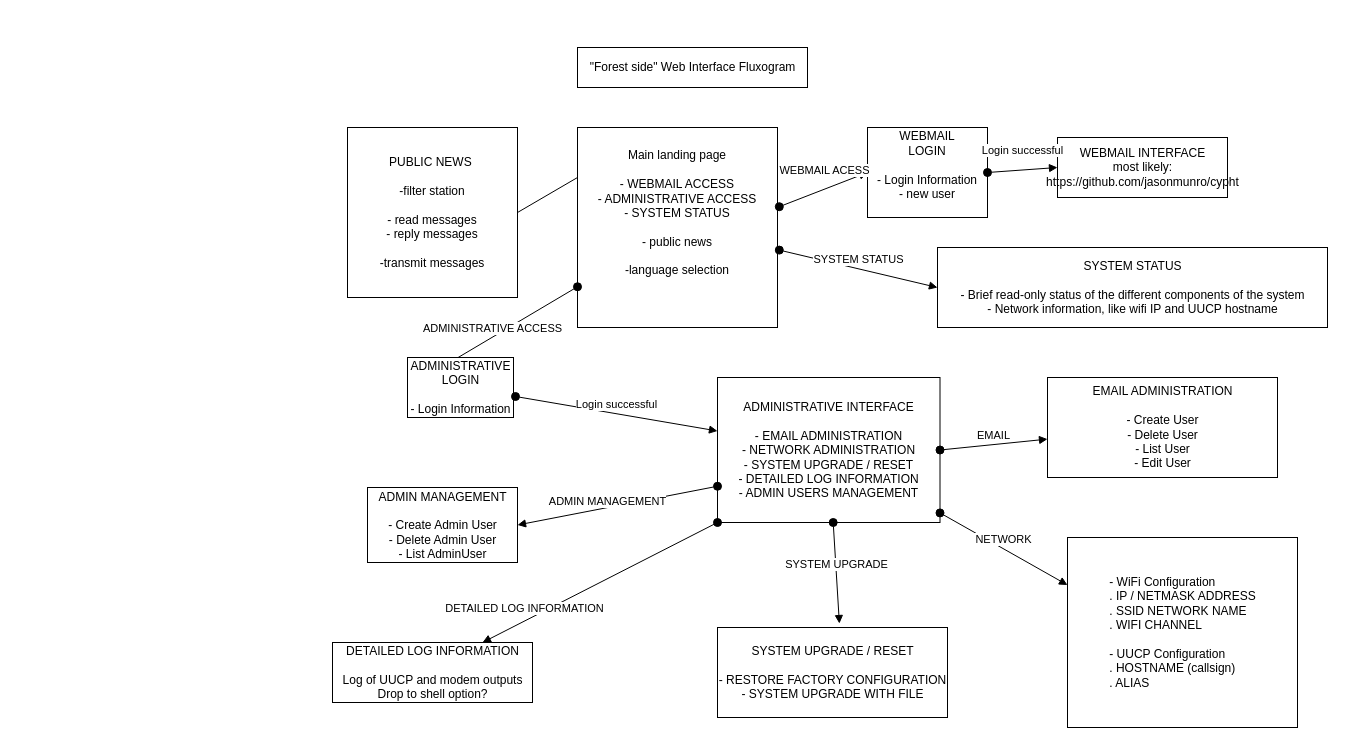
The draw.io diagram interface_fluxogram.drawio in DigitalHERMES/interface, before the edit. Source tidied: cells renumbered, new cells numbered last; positions are measured from the earlier drawing's top-left corner, leaving out a move shared by most shapes. Both pictures are drawn from the tidied source at 100%, with x=0, y=0 at pixel (332, 47).
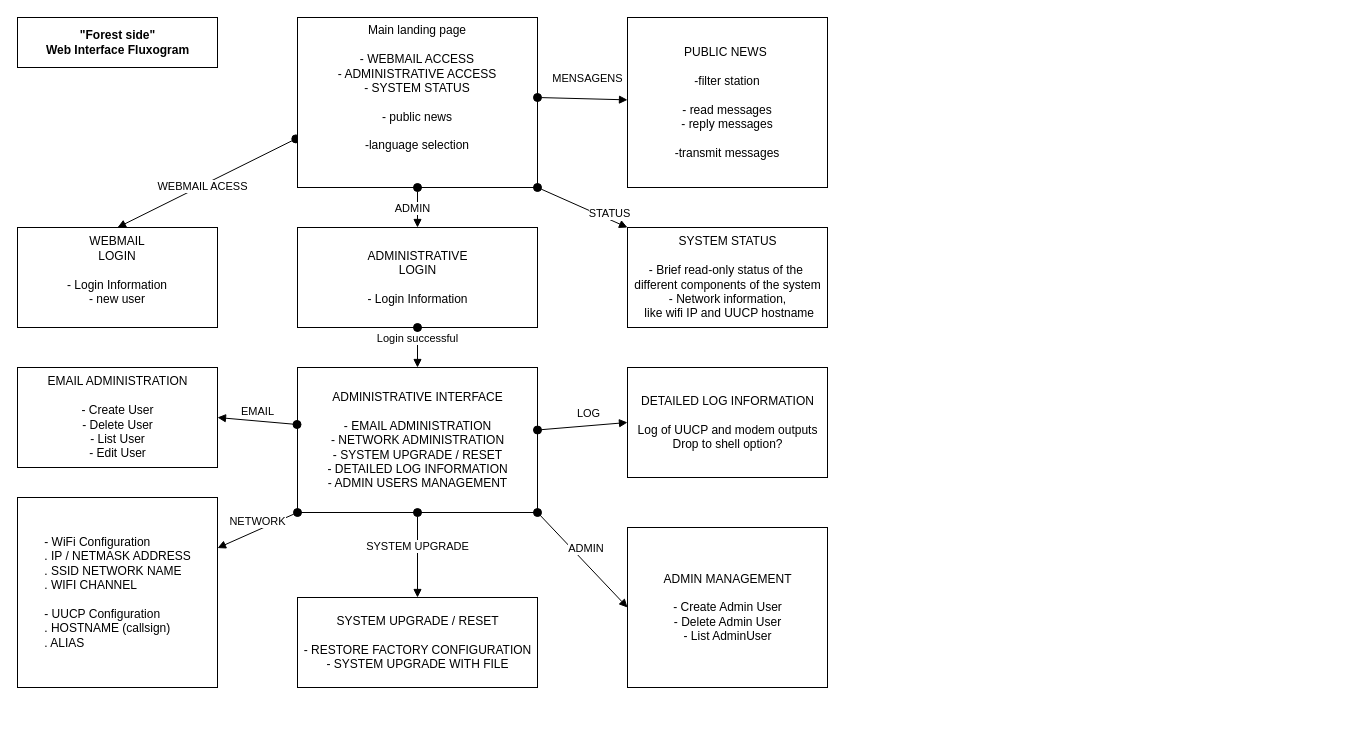
Above is the later version.

Change to the diagram source:
```diff
@@
-    <mxCell id="2" value="&lt;div&gt;Main landing page&lt;/div&gt;&lt;div&gt;&lt;br&gt;&lt;/div&gt;&lt;div&gt;- WEBMAIL ACCESS&lt;/div&gt;&lt;div&gt;- ADMINISTRATIVE ACCESS&lt;/div&gt;&lt;div&gt;- SYSTEM STATUS&lt;br&gt;&lt;/div&gt;&lt;div&gt;&lt;br&gt;&lt;/div&gt;&lt;div&gt;- public news&lt;/div&gt;&lt;div&gt;&lt;br&gt;&lt;/div&gt;&lt;div&gt;-language selection&lt;/div&gt;&lt;div&gt;&lt;br&gt;&lt;/div&gt;&lt;div&gt;&lt;br&gt;&lt;/div&gt;" style="whiteSpace=wrap;html=1;" parent="1" vertex="1">
-      <mxGeometry x="245" y="80" width="200" height="200" as="geometry" />
-    </mxCell>
     <mxCell id="3" value="&lt;div&gt;WEBMAIL&lt;/div&gt;&lt;div&gt;LOGIN&lt;br&gt;&lt;/div&gt;&lt;div&gt;&lt;br&gt;&lt;/div&gt;&lt;div&gt;- Login Information&lt;/div&gt;&lt;div&gt;&lt;div&gt;- new user&lt;/div&gt;&lt;div&gt;&lt;br&gt;&lt;/div&gt;&lt;/div&gt;" style="rounded=0;whiteSpace=wrap;html=1;" parent="1" vertex="1">
-      <mxGeometry x="535" y="80" width="120" height="90" as="geometry" />
+      <mxGeometry x="-315" y="180" width="200" height="100" as="geometry" />
     </mxCell>
-    <mxCell id="4" value="&lt;div&gt;WEBMAIL ACESS&lt;/div&gt;" style="html=1;verticalAlign=bottom;startArrow=oval;startFill=1;endArrow=block;startSize=8;exitX=1.009;exitY=0.396;exitDx=0;exitDy=0;exitPerimeter=0;entryX=0;entryY=0.5;entryDx=0;entryDy=0;" parent="1" edge="1" source="2" target="3">
+    <mxCell id="4" value="&lt;div&gt;WEBMAIL ACESS&lt;/div&gt;" style="html=1;verticalAlign=bottom;startArrow=oval;startFill=1;endArrow=block;startSize=8;exitX=-0.007;exitY=0.714;exitDx=0;exitDy=0;entryX=0.5;entryY=0;entryDx=0;entryDy=0;exitPerimeter=0;" parent="1" edge="1" source="2" target="3">
       <mxGeometry x="0.09" y="9" relative="1" as="geometry" />
     </mxCell>
-    <mxCell id="5" value="&lt;div&gt;SYSTEM STATUS&lt;/div&gt;&lt;div&gt;&lt;br&gt;&lt;/div&gt;&lt;div&gt;- Brief read-only status of the different components of the system&lt;/div&gt;&lt;div&gt;- Network information, like wifi IP and UUCP hostname&lt;br&gt;&lt;/div&gt;" style="html=1;" parent="1" vertex="1">
-      <mxGeometry x="605" y="200" width="390" height="80" as="geometry" />
+    <mxCell id="5" value="&lt;div&gt;SYSTEM STATUS&lt;/div&gt;&lt;div&gt;&lt;br&gt;&lt;/div&gt;&lt;div&gt;- Brief read-only status of the&amp;nbsp;&lt;/div&gt;&lt;div&gt;different components of the system&lt;/div&gt;&lt;div&gt;- Network information,&lt;/div&gt;&lt;div&gt;&amp;nbsp;like wifi IP and UUCP hostname&lt;br&gt;&lt;/div&gt;" style="html=1;" parent="1" vertex="1">
+      <mxGeometry x="295" y="180" width="200" height="100" as="geometry" />
     </mxCell>
-    <mxCell id="6" value="SYSTEM STATUS" style="html=1;verticalAlign=bottom;startArrow=oval;startFill=1;endArrow=block;startSize=8;exitX=1.009;exitY=0.613;exitDx=0;exitDy=0;exitPerimeter=0;entryX=0;entryY=0.5;entryDx=0;entryDy=0;" parent="1" edge="1" source="2" target="5">
-      <mxGeometry relative="1" as="geometry" />
-    </mxCell>
-    <mxCell id="7" value="&lt;div&gt;WEBMAIL INTERFACE&lt;br&gt;&lt;/div&gt;&lt;div&gt;most likely:&lt;/div&gt;&lt;div&gt; https://github.com/jasonmunro/cypht&lt;br&gt;&lt;/div&gt;" style="html=1;" parent="1" vertex="1">
-      <mxGeometry x="725" y="90" width="170" height="60" as="geometry" />
-    </mxCell>
-    <mxCell id="8" value="&lt;div&gt;ADMINISTRATIVE ACCESS&lt;/div&gt;" style="html=1;verticalAlign=bottom;startArrow=oval;startFill=1;endArrow=block;startSize=8;entryX=0;entryY=0.5;entryDx=0;entryDy=0;" parent="1" edge="1" source="2" target="11">
-      <mxGeometry relative="1" as="geometry" />
-    </mxCell>
-    <mxCell id="9" value="&lt;div&gt;Login successful&lt;/div&gt;" style="html=1;verticalAlign=bottom;startArrow=oval;startFill=1;endArrow=block;startSize=8;entryX=0;entryY=0.5;entryDx=0;entryDy=0;exitX=1;exitY=0.5;exitDx=0;exitDy=0;" parent="1" edge="1" source="3" target="7">
-      <mxGeometry x="0.03" y="10" relative="1" as="geometry" />
-    </mxCell>
     <mxCell id="10" value="&lt;div&gt;ADMINISTRATIVE INTERFACE&lt;/div&gt;&lt;div&gt;&lt;br&gt;&lt;/div&gt;&lt;div&gt;- EMAIL ADMINISTRATION&lt;/div&gt;&lt;div&gt;- NETWORK ADMINISTRATION&lt;/div&gt;&lt;div&gt;- SYSTEM UPGRADE / RESET&lt;br&gt;&lt;/div&gt;&lt;div&gt;- DETAILED LOG INFORMATION&lt;/div&gt;&lt;div&gt;- ADMIN USERS MANAGEMENT&lt;br&gt;&lt;/div&gt;" style="html=1;" parent="1" vertex="1">
-      <mxGeometry x="385" y="330" width="222.5" height="145" as="geometry" />
+      <mxGeometry x="-35" y="320" width="240" height="145" as="geometry" />
     </mxCell>
     <mxCell id="11" value="&lt;div&gt;ADMINISTRATIVE&lt;/div&gt;&lt;div&gt;LOGIN&lt;/div&gt;&lt;div&gt;&lt;br&gt;&lt;/div&gt;&lt;div&gt;- Login Information&lt;br&gt;&lt;/div&gt;" style="html=1;" parent="1" vertex="1">
-      <mxGeometry x="75" y="310" width="106" height="60" as="geometry" />
+      <mxGeometry x="-35" y="180" width="240" height="100" as="geometry" />
     </mxCell>
-    <mxCell id="12" value="&lt;div&gt;Login successful&lt;/div&gt;" style="html=1;verticalAlign=bottom;startArrow=oval;startFill=1;endArrow=block;startSize=8;exitX=1.019;exitY=0.65;exitDx=0;exitDy=0;exitPerimeter=0;" parent="1" edge="1" source="11" target="10">
+    <mxCell id="12" value="&lt;div&gt;Login successful&lt;/div&gt;" style="html=1;verticalAlign=bottom;startArrow=oval;startFill=1;endArrow=block;startSize=8;exitX=0.5;exitY=1;exitDx=0;exitDy=0;" parent="1" edge="1" source="11" target="10">
       <mxGeometry relative="1" as="geometry" />
     </mxCell>
-    <mxCell id="13" value="&quot;Forest side&quot; Web Interface Fluxogram" style="html=1;" parent="1" vertex="1">
-      <mxGeometry x="245" width="230" height="40" as="geometry" />
+    <mxCell id="13" value="&lt;b&gt;&quot;Forest side&quot; &lt;br&gt;Web Interface Fluxogram&lt;/b&gt;" style="html=1;" parent="1" vertex="1">
+      <mxGeometry x="-315" y="-30" width="200" height="50" as="geometry" />
     </mxCell>
-    <mxCell id="14" value="&lt;div&gt;EMAIL&lt;/div&gt;" style="html=1;verticalAlign=bottom;startArrow=oval;startFill=1;endArrow=block;startSize=8;exitX=1;exitY=0.5;exitDx=0;exitDy=0;" parent="1" edge="1" source="10" target="15">
+    <mxCell id="14" value="&lt;div&gt;EMAIL&lt;/div&gt;" style="html=1;verticalAlign=bottom;startArrow=oval;startFill=1;endArrow=block;startSize=8;exitX=-0.002;exitY=0.393;exitDx=0;exitDy=0;entryX=1;entryY=0.5;entryDx=0;entryDy=0;exitPerimeter=0;" parent="1" edge="1" source="10" target="15">
       <mxGeometry relative="1" as="geometry" />
     </mxCell>
     <mxCell id="15" value="&lt;div&gt;EMAIL ADMINISTRATION&lt;/div&gt;&lt;div&gt;&lt;br&gt;&lt;/div&gt;&lt;div&gt;- Create User&lt;/div&gt;&lt;div&gt;- Delete User&lt;/div&gt;&lt;div&gt;- List User&lt;/div&gt;&lt;div&gt;- Edit User&lt;/div&gt;" style="html=1;" parent="1" vertex="1">
-      <mxGeometry x="715" y="330" width="230" height="100" as="geometry" />
+      <mxGeometry x="-315" y="320" width="200" height="100" as="geometry" />
     </mxCell>
     <mxCell id="16" value="&lt;div align=&quot;left&quot;&gt;- WiFi Configuration&lt;/div&gt;&lt;div align=&quot;left&quot;&gt;. IP / NETMASK ADDRESS&lt;/div&gt;&lt;div align=&quot;left&quot;&gt;. SSID NETWORK NAME&lt;/div&gt;&lt;div align=&quot;left&quot;&gt;. WIFI CHANNEL&lt;/div&gt;&lt;div align=&quot;left&quot;&gt;&lt;br&gt;&lt;/div&gt;&lt;div align=&quot;left&quot;&gt;- UUCP Configuration&lt;/div&gt;&lt;div align=&quot;left&quot;&gt;. HOSTNAME (callsign)&lt;br&gt;&lt;/div&gt;&lt;div align=&quot;left&quot;&gt;. ALIAS&lt;br&gt;&lt;/div&gt;" style="html=1;" parent="1" vertex="1">
-      <mxGeometry x="735" y="490" width="230" height="190" as="geometry" />
+      <mxGeometry x="-315" y="450" width="200" height="190" as="geometry" />
     </mxCell>
-    <mxCell id="17" value="NETWORK" style="html=1;verticalAlign=bottom;startArrow=oval;startFill=1;endArrow=block;startSize=8;entryX=0;entryY=0.25;entryDx=0;entryDy=0;" parent="1" edge="1" source="10" target="16">
+    <mxCell id="17" value="NETWORK" style="html=1;verticalAlign=bottom;startArrow=oval;startFill=1;endArrow=block;startSize=8;exitX=0;exitY=1;exitDx=0;exitDy=0;" parent="1" edge="1" source="10" target="16">
       <mxGeometry relative="1" as="geometry" />
     </mxCell>
-    <mxCell id="18" value="&lt;div&gt;SYSTEM UPGRADE / RESET&lt;/div&gt;&lt;div&gt;&lt;br&gt;&lt;/div&gt;&lt;div&gt;- RESTORE FACTORY CONFIGURATION&lt;/div&gt;&lt;div&gt;- SYSTEM UPGRADE WITH FILE&lt;br&gt;&lt;/div&gt;" style="html=1;" parent="1" vertex="1">
-      <mxGeometry x="385" y="580" width="230" height="90" as="geometry" />
-    </mxCell>
-    <mxCell id="19" value="SYSTEM UPGRADE" style="html=1;verticalAlign=bottom;startArrow=oval;startFill=1;endArrow=block;startSize=8;entryX=0.53;entryY=-0.044;entryDx=0;entryDy=0;entryPerimeter=0;" parent="1" edge="1" source="10" target="18">
+    <mxCell id="19" value="SYSTEM UPGRADE" style="html=1;verticalAlign=bottom;startArrow=oval;startFill=1;endArrow=block;startSize=8;entryX=0.5;entryY=0;entryDx=0;entryDy=0;exitX=0.5;exitY=1;exitDx=0;exitDy=0;" parent="1" edge="1" source="10" target="18">
       <mxGeometry relative="1" as="geometry" />
     </mxCell>
     <mxCell id="20" value="&lt;div&gt;DETAILED LOG INFORMATION&lt;/div&gt;&lt;div&gt;&lt;br&gt;&lt;/div&gt;&lt;div&gt;Log of UUCP and modem outputs&lt;/div&gt;&lt;div&gt;Drop to shell option?&lt;br&gt;&lt;/div&gt;" style="html=1;" parent="1" vertex="1">
-      <mxGeometry y="595" width="200" height="60" as="geometry" />
+      <mxGeometry x="295" y="320" width="200" height="110" as="geometry" />
     </mxCell>
-    <mxCell id="21" value="DETAILED LOG INFORMATION" style="html=1;verticalAlign=bottom;startArrow=oval;startFill=1;endArrow=block;startSize=8;exitX=0;exitY=1;exitDx=0;exitDy=0;entryX=0.75;entryY=0;entryDx=0;entryDy=0;" parent="1" edge="1" source="10" target="20">
-      <mxGeometry x="0.63" y="-3" relative="1" as="geometry" />
+    <mxCell id="21" value="LOG" style="html=1;verticalAlign=bottom;startArrow=oval;startFill=1;endArrow=block;startSize=8;entryX=0;entryY=0.5;entryDx=0;entryDy=0;" parent="1" edge="1" source="10" target="20">
+      <mxGeometry x="0.12" y="3" relative="1" as="geometry" />
     </mxCell>
     <mxCell id="22" value="&lt;div&gt;ADMIN MANAGEMENT&lt;/div&gt;&lt;div&gt;&lt;br&gt;&lt;/div&gt;&lt;div&gt;- Create Admin User&lt;/div&gt;&lt;div&gt;- Delete Admin User&lt;/div&gt;&lt;div&gt;- List AdminUser&lt;br&gt;&lt;/div&gt;" style="html=1;" parent="1" vertex="1">
-      <mxGeometry x="35" y="440" width="150" height="75" as="geometry" />
+      <mxGeometry x="295" y="480" width="200" height="160" as="geometry" />
     </mxCell>
-    <mxCell id="23" value="ADMIN MANAGEMENT" style="html=1;verticalAlign=bottom;startArrow=oval;startFill=1;endArrow=block;startSize=8;entryX=1;entryY=0.5;entryDx=0;entryDy=0;exitX=0;exitY=0.75;exitDx=0;exitDy=0;" parent="1" edge="1" source="10" target="22">
-      <mxGeometry x="0.11" y="3" relative="1" as="geometry" />
+    <mxCell id="23" value="ADMIN&amp;nbsp;" style="html=1;verticalAlign=bottom;startArrow=oval;startFill=1;endArrow=block;startSize=8;entryX=0;entryY=0.5;entryDx=0;entryDy=0;exitX=1;exitY=1;exitDx=0;exitDy=0;" parent="1" edge="1" source="10" target="22">
+      <mxGeometry x="0.02" y="5" relative="1" as="geometry" />
     </mxCell>
-    <mxCell id="24" style="edgeStyle=orthogonalEdgeStyle;rounded=0;orthogonalLoop=1;jettySize=auto;html=1;exitX=0.5;exitY=1;exitDx=0;exitDy=0;" parent="1" edge="1" source="2" target="2">
-      <mxGeometry relative="1" as="geometry" />
+    <mxCell id="24" style="edgeStyle=orthogonalEdgeStyle;rounded=0;orthogonalLoop=1;jettySize=auto;html=1;exitX=0.5;exitY=1;exitDx=0;exitDy=0;" parent="1" edge="1">
+      <mxGeometry relative="1" as="geometry">
+        <mxPoint x="77.5" y="105" as="sourcePoint" />
+        <mxPoint x="77.5" y="105" as="targetPoint" />
+      </mxGeometry>
     </mxCell>
     <mxCell id="25" value="PUBLIC NEWS&amp;nbsp;&lt;br&gt;&lt;br&gt;-filter station&lt;br&gt;&lt;br&gt;- read messages&lt;br&gt;- reply messages&lt;br&gt;&lt;br&gt;-transmit messages" style="rounded=0;whiteSpace=wrap;html=1;" parent="1" vertex="1">
-      <mxGeometry x="15" y="80" width="170" height="170" as="geometry" />
+      <mxGeometry x="295" y="-30" width="200" height="170" as="geometry" />
     </mxCell>
-    <mxCell id="26" style="endArrow=none;html=1;entryX=0;entryY=0.25;entryDx=0;entryDy=0;exitX=1;exitY=0.5;exitDx=0;exitDy=0;" parent="1" edge="1" source="25" target="2">
-      <mxGeometry relative="1" as="geometry" />
-    </mxCell>
+    <mxCell id="18" value="&lt;div&gt;SYSTEM UPGRADE / RESET&lt;/div&gt;&lt;div&gt;&lt;br&gt;&lt;/div&gt;&lt;div&gt;- RESTORE FACTORY CONFIGURATION&lt;/div&gt;&lt;div&gt;- SYSTEM UPGRADE WITH FILE&lt;br&gt;&lt;/div&gt;" style="html=1;" parent="1" vertex="1">
+      <mxGeometry x="-35" y="550" width="240" height="90" as="geometry" />
+    </mxCell>
+    <mxCell id="2" value="&lt;div&gt;Main landing page&lt;/div&gt;&lt;div&gt;&lt;br&gt;&lt;/div&gt;&lt;div&gt;- WEBMAIL ACCESS&lt;/div&gt;&lt;div&gt;- ADMINISTRATIVE ACCESS&lt;/div&gt;&lt;div&gt;- SYSTEM STATUS&lt;br&gt;&lt;/div&gt;&lt;div&gt;&lt;br&gt;&lt;/div&gt;&lt;div&gt;- public news&lt;/div&gt;&lt;div&gt;&lt;br&gt;&lt;/div&gt;&lt;div&gt;-language selection&lt;/div&gt;&lt;div&gt;&lt;br&gt;&lt;/div&gt;&lt;div&gt;&lt;br&gt;&lt;/div&gt;" style="rounded=0;whiteSpace=wrap;html=1;" parent="1" vertex="1">
+      <mxGeometry x="-35" y="-30" width="240" height="170" as="geometry" />
+    </mxCell>
+    <mxCell id="6" value="STATUS" style="html=1;verticalAlign=bottom;startArrow=oval;startFill=1;endArrow=block;startSize=8;entryX=0;entryY=0;entryDx=0;entryDy=0;exitX=1;exitY=1;exitDx=0;exitDy=0;" parent="1" edge="1" source="2" target="5">
+      <mxGeometry x="0.63" y="-3" relative="1" as="geometry" />
+    </mxCell>
+    <mxCell id="8" value="ADMIN" style="html=1;verticalAlign=bottom;startArrow=oval;startFill=1;endArrow=block;startSize=8;entryX=0.5;entryY=0;entryDx=0;entryDy=0;" parent="1" edge="1" source="2" target="11">
+      <mxGeometry x="0.52" y="-5" relative="1" as="geometry" />
+    </mxCell>
+    <mxCell id="27" value="MENSAGENS" style="html=1;verticalAlign=bottom;startArrow=oval;startFill=1;endArrow=block;startSize=8;exitX=1;exitY=1;exitDx=0;exitDy=0;" parent="1" edge="1" target="25">
+      <mxGeometry x="0.1" y="11" relative="1" as="geometry">
+        <mxPoint x="205" y="50" as="sourcePoint" />
+      </mxGeometry>
+    </mxCell>
```
